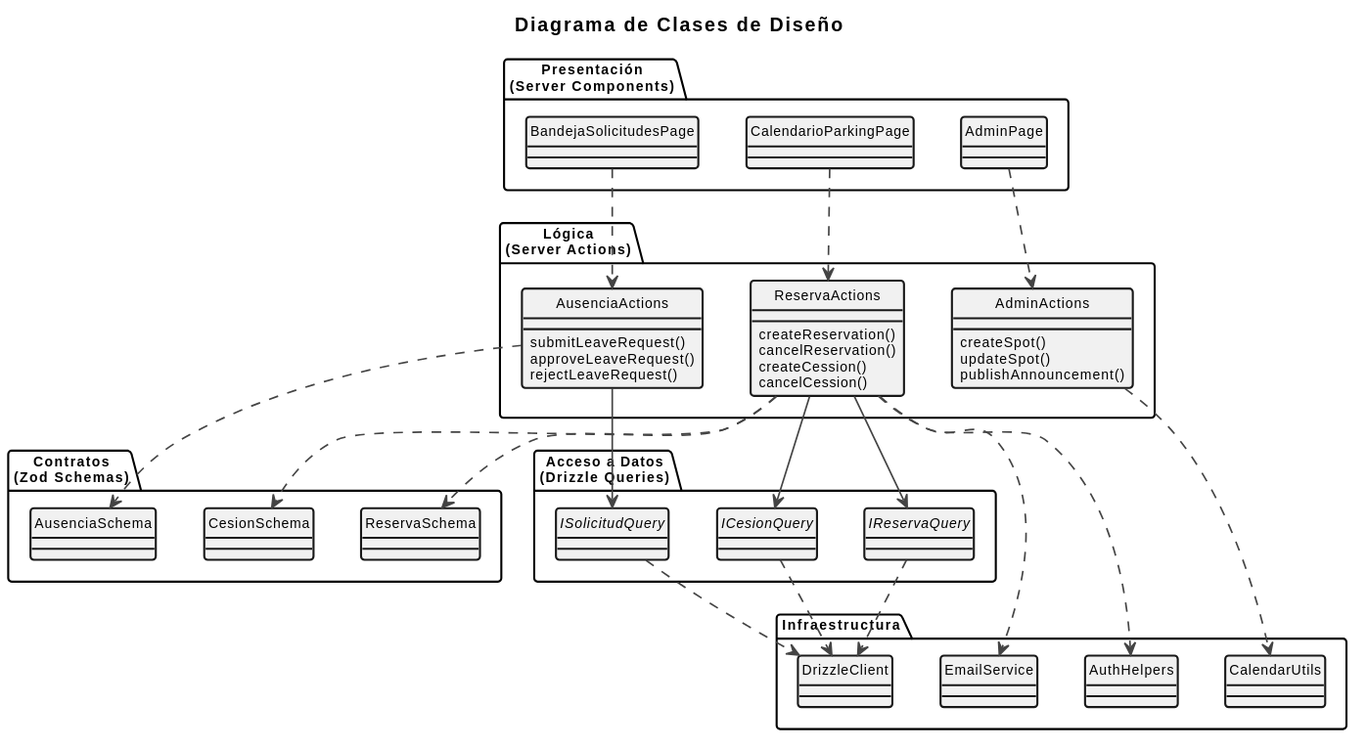
Before: modelosUML/svg/disenoClases.svg, a diagram exported from PlantUML (lostal/seven-suite). Source of this version:
```plantuml
@startuml
title Diagrama de Clases de Diseño

skinparam defaultFontName Arial
skinparam defaultFontSize 10
skinparam classBorderThickness 1.5
skinparam arrowThickness 1.2
skinparam arrowColor #444444
skinparam classAttributeIconSize 0

hide circle

top to bottom direction


package "Presentación\n(Server Components)" {
  class CalendarioParkingPage
  class BandejaSolicitudesPage
  class AdminPage
}


package "Lógica\n(Server Actions)" {
  class ReservaActions {
    createReservation()
    cancelReservation()
    createCession()
    cancelCession()
  }
  class AusenciaActions {
    submitLeaveRequest()
    approveLeaveRequest()
    rejectLeaveRequest()
  }
  class AdminActions {
    createSpot()
    updateSpot()
    publishAnnouncement()
  }
}


package "Contratos\n(Zod Schemas)" {
  class ReservaSchema
  class CesionSchema
  class AusenciaSchema
}


package "Acceso a Datos\n(Drizzle Queries)" {
  interface IReservaQuery
  interface ICesionQuery
  interface ISolicitudQuery
}


package "Infraestructura" {
  class DrizzleClient
  class AuthHelpers
  class EmailService
  class CalendarUtils
}


CalendarioParkingPage ..> ReservaActions
BandejaSolicitudesPage ..> AusenciaActions
AdminPage ..> AdminActions

ReservaActions ..> ReservaSchema
ReservaActions ..> CesionSchema
AusenciaActions ..> AusenciaSchema

ReservaActions --> IReservaQuery
ReservaActions --> ICesionQuery
AusenciaActions --> ISolicitudQuery

IReservaQuery ..> DrizzleClient
ICesionQuery ..> DrizzleClient
ISolicitudQuery ..> DrizzleClient

ReservaActions ..> AuthHelpers
ReservaActions ..> EmailService
AdminActions ..> CalendarUtils
@enduml
```
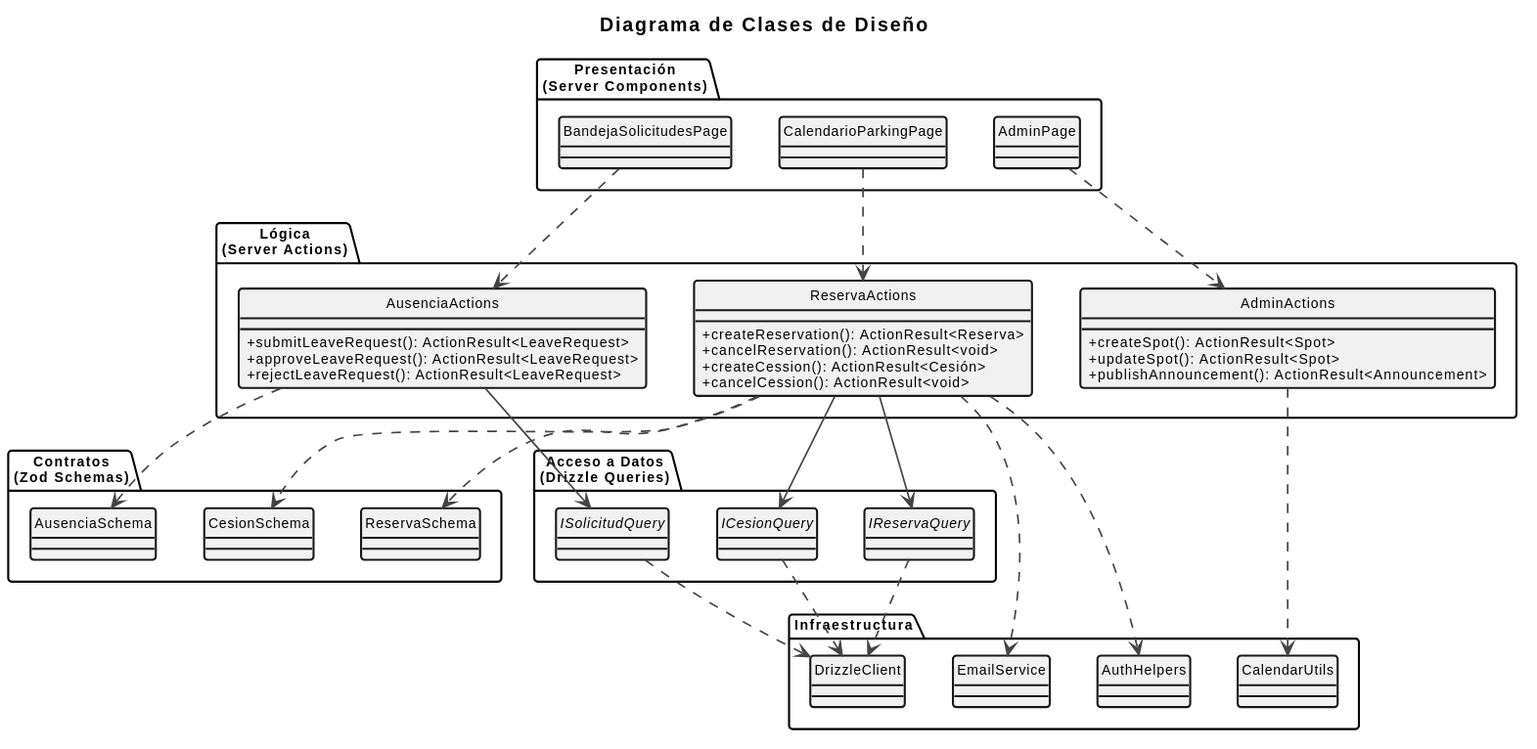
After the change.

What changed in the source:
```diff
@@ -22,20 +22,20 @@
 
 package "Lógica\n(Server Actions)" {
   class ReservaActions {
-    createReservation()
-    cancelReservation()
-    createCession()
-    cancelCession()
+    + createReservation(): ActionResult<Reserva>
+    + cancelReservation(): ActionResult<void>
+    + createCession(): ActionResult<Cesión>
+    + cancelCession(): ActionResult<void>
   }
   class AusenciaActions {
-    submitLeaveRequest()
-    approveLeaveRequest()
-    rejectLeaveRequest()
+    + submitLeaveRequest(): ActionResult<LeaveRequest>
+    + approveLeaveRequest(): ActionResult<LeaveRequest>
+    + rejectLeaveRequest(): ActionResult<LeaveRequest>
   }
   class AdminActions {
-    createSpot()
-    updateSpot()
-    publishAnnouncement()
+    + createSpot(): ActionResult<Spot>
+    + updateSpot(): ActionResult<Spot>
+    + publishAnnouncement(): ActionResult<Announcement>
   }
 }
 
```
